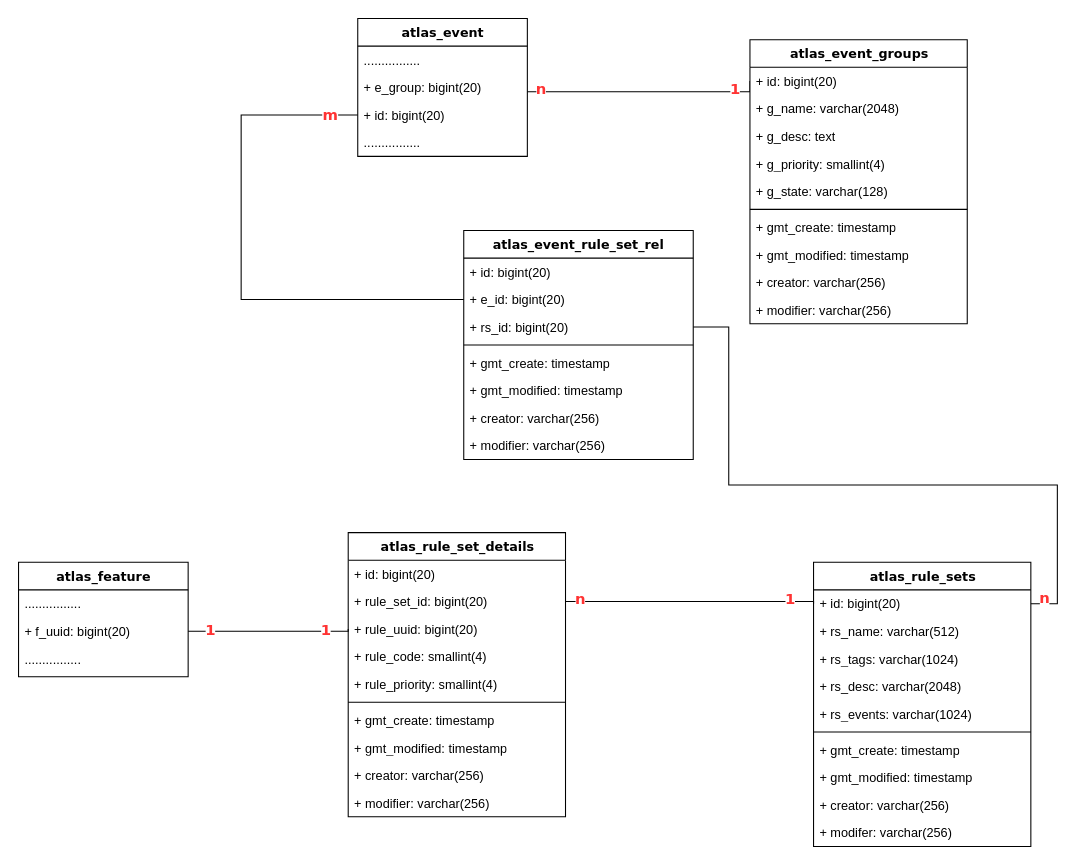
The draw.io diagram Untitled Diagram.drawio in learn2Pro/draw_io_save, before the edit. Source tidied: cells renumbered, new cells numbered last; positions are measured from the earlier drawing's top-left corner, leaving out a move shared by most shapes. Both pictures are drawn from the tidied source at 106%, with x=0, y=0 at pixel (18, 18).
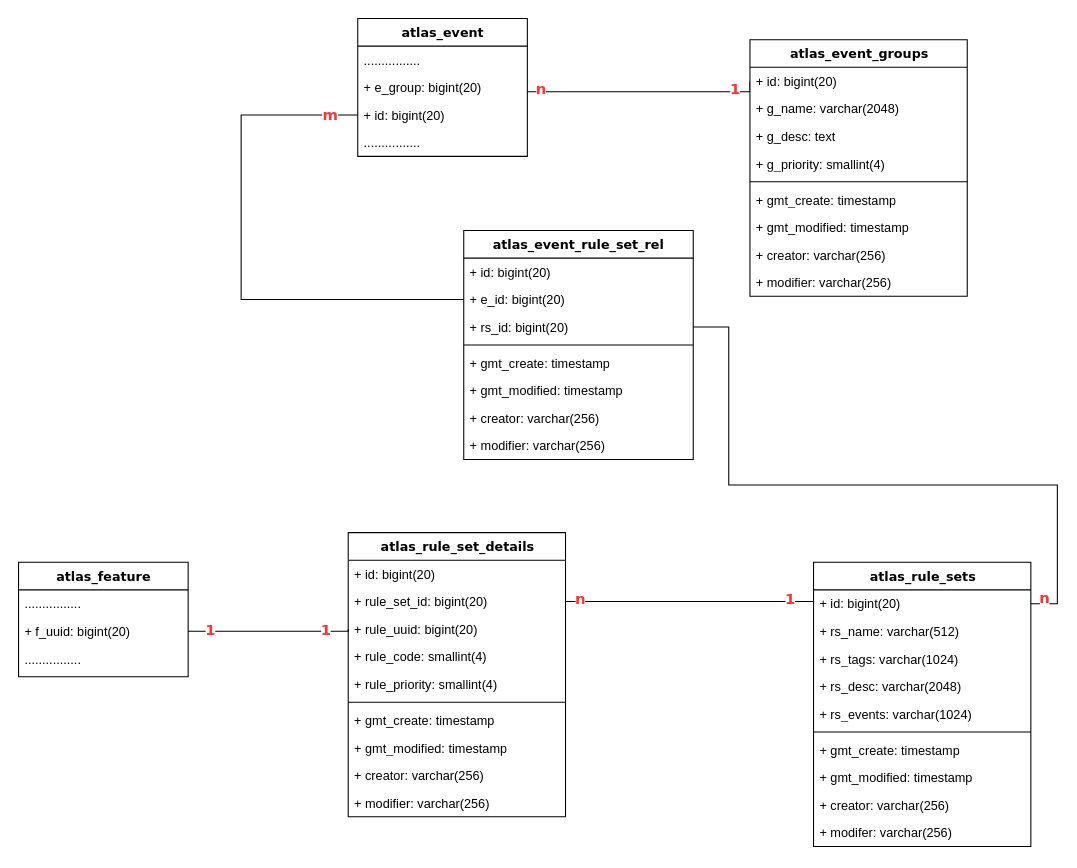
The same page after the edit.

What changed in the source:
```diff
@@
     <mxCell id="9" value="atlas_event_groups" style="swimlane;html=1;fontStyle=1;align=center;verticalAlign=top;horizontal=1;startSize=26;swimlaneFillColor=#ffffff;rounded=0;shadow=0;comic=0;labelBackgroundColor=none;strokeWidth=1;fillColor=none;fontFamily=Verdana;fontSize=12;" parent="1" vertex="1">
-      <mxGeometry x="690" y="20" width="205" height="268" as="geometry" />
+      <mxGeometry x="690" y="20" width="205" height="242" as="geometry" />
     </mxCell>
@@
-    <mxCell id="14" value="+ g_state: varchar(128)" style="text;html=1;strokeColor=none;fillColor=none;align=left;verticalAlign=top;spacingLeft=4;spacingRight=4;whiteSpace=wrap;overflow=hidden;" parent="9" vertex="1">
-      <mxGeometry y="130" width="205" height="26" as="geometry" />
-    </mxCell>
     <mxCell id="15" style="line;html=1;strokeWidth=1;fillColor=none;align=left;verticalAlign=middle;spacingTop=-1;spacingLeft=3;spacingRight=3;labelPosition=right;" parent="9" vertex="1">
-      <mxGeometry y="156" width="205" height="8" as="geometry" />
+      <mxGeometry y="130" width="205" height="8" as="geometry" />
     </mxCell>
     <mxCell id="16" value="+ gmt_create: timestamp" style="text;html=1;strokeColor=none;fillColor=none;align=left;verticalAlign=top;spacingLeft=4;spacingRight=4;whiteSpace=wrap;overflow=hidden;" parent="9" vertex="1">
-      <mxGeometry y="164" width="205" height="26" as="geometry" />
+      <mxGeometry y="138" width="205" height="26" as="geometry" />
     </mxCell>
     <mxCell id="17" value="+ gmt_modified: timestamp" style="text;html=1;strokeColor=none;fillColor=none;align=left;verticalAlign=top;spacingLeft=4;spacingRight=4;whiteSpace=wrap;overflow=hidden;" parent="9" vertex="1">
-      <mxGeometry y="190" width="205" height="26" as="geometry" />
+      <mxGeometry y="164" width="205" height="26" as="geometry" />
     </mxCell>
     <mxCell id="18" value="+ creator: varchar(256)" style="text;html=1;strokeColor=none;fillColor=none;align=left;verticalAlign=top;spacingLeft=4;spacingRight=4;whiteSpace=wrap;overflow=hidden;" parent="9" vertex="1">
-      <mxGeometry y="216" width="205" height="26" as="geometry" />
+      <mxGeometry y="190" width="205" height="26" as="geometry" />
     </mxCell>
     <mxCell id="19" value="+ modifier: varchar(256)" style="text;html=1;strokeColor=none;fillColor=none;align=left;verticalAlign=top;spacingLeft=4;spacingRight=4;whiteSpace=wrap;overflow=hidden;" parent="9" vertex="1">
-      <mxGeometry y="242" width="205" height="26" as="geometry" />
+      <mxGeometry y="216" width="205" height="26" as="geometry" />
     </mxCell>
```
